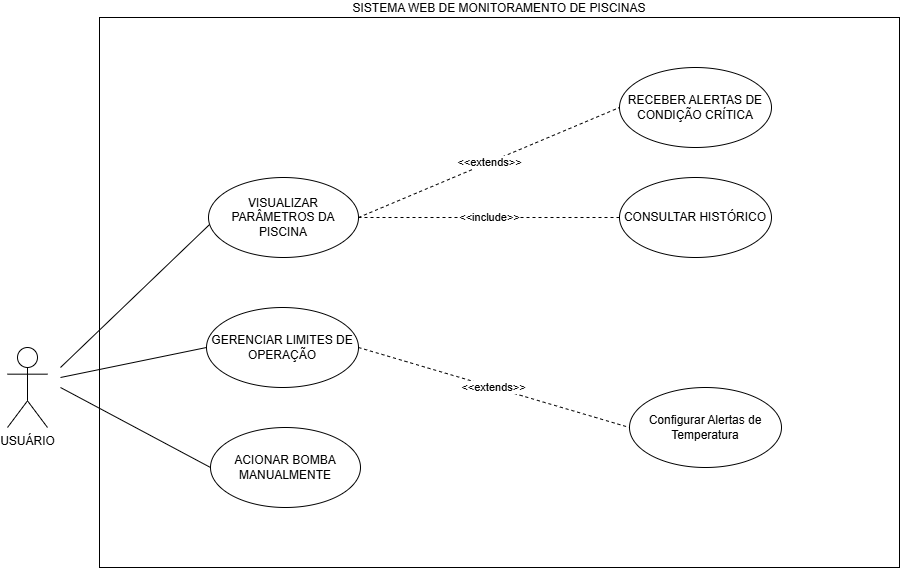
Before: imagens/meuDiagramaTcc.png, a diagram exported from draw.io (dereckbrian/TCC_Automa-o_Piscinas). Source tidied: cells renumbered, new cells last; positions are measured from the earlier drawing's top-left corner, leaving out a move shared by most shapes.
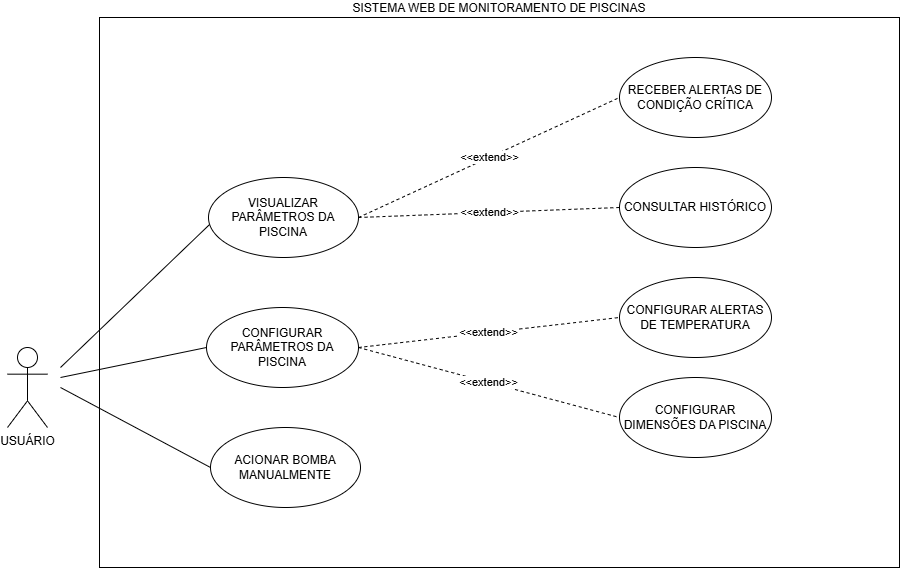
After the change.

Diff of the diagram source:
```diff
@@ -14,7 +14,7 @@
     <mxCell id="5" value="VISUALIZAR PARÂMETROS DA PISCINA" style="ellipse;whiteSpace=wrap;html=1;" parent="1" vertex="1">
       <mxGeometry x="201" y="160" width="150" height="80" as="geometry" />
     </mxCell>
-    <mxCell id="6" value="GERENCIAR LIMITES DE OPERAÇÃO" style="ellipse;whiteSpace=wrap;html=1;" parent="1" vertex="1">
+    <mxCell id="6" value="CONFIGURAR PARÂMETROS DA PISCINA" style="ellipse;whiteSpace=wrap;html=1;" parent="1" vertex="1">
       <mxGeometry x="199" y="290" width="152" height="80" as="geometry" />
     </mxCell>
     <mxCell id="7" style="endArrow=none;html=1;rounded=0;entryX=0.007;entryY=0.588;entryDx=0;entryDy=0;entryPerimeter=0;" parent="1" edge="1" target="5">
@@ -32,23 +32,29 @@
         <mxPoint x="53" y="370" as="sourcePoint" />
       </mxGeometry>
     </mxCell>
-    <mxCell id="10" value="Configurar Alertas de Temperatura" style="ellipse;whiteSpace=wrap;html=1;" parent="1" vertex="1">
-      <mxGeometry x="622" y="370" width="152" height="80" as="geometry" />
+    <mxCell id="10" value="CONFIGURAR ALERTAS DE TEMPERATURA" style="ellipse;whiteSpace=wrap;html=1;" parent="1" vertex="1">
+      <mxGeometry x="612" y="260" width="152" height="80" as="geometry" />
     </mxCell>
-    <mxCell id="11" value="&amp;lt;&amp;lt;extends&amp;gt;&amp;gt;" style="endArrow=none;html=1;rounded=0;entryX=0;entryY=0.5;entryDx=0;entryDy=0;exitX=1;exitY=0.5;exitDx=0;exitDy=0;dashed=1;" parent="1" edge="1" source="6" target="10">
+    <mxCell id="11" value="&amp;lt;&amp;lt;extend&amp;gt;&amp;gt;" style="endArrow=none;html=1;rounded=0;entryX=0;entryY=0.5;entryDx=0;entryDy=0;exitX=1;exitY=0.5;exitDx=0;exitDy=0;dashed=1;" parent="1" edge="1" source="6" target="10">
       <mxGeometry relative="1" as="geometry" />
     </mxCell>
     <mxCell id="12" value="RECEBER ALERTAS DE CONDIÇÃO CRÍTICA" style="ellipse;whiteSpace=wrap;html=1;" parent="1" vertex="1">
-      <mxGeometry x="612" y="50" width="152" height="80" as="geometry" />
+      <mxGeometry x="612" y="40" width="152" height="80" as="geometry" />
     </mxCell>
-    <mxCell id="13" value="&amp;lt;&amp;lt;extends&amp;gt;&amp;gt;" style="endArrow=none;html=1;rounded=0;exitX=1;exitY=0.5;exitDx=0;exitDy=0;entryX=0;entryY=0.5;entryDx=0;entryDy=0;dashed=1;" parent="1" edge="1" source="5" target="12">
+    <mxCell id="13" value="&amp;lt;&amp;lt;extend&amp;gt;&amp;gt;" style="endArrow=none;html=1;rounded=0;exitX=1;exitY=0.5;exitDx=0;exitDy=0;entryX=0;entryY=0.5;entryDx=0;entryDy=0;dashed=1;" parent="1" edge="1" source="5" target="12">
       <mxGeometry relative="1" as="geometry" />
     </mxCell>
     <mxCell id="14" value="CONSULTAR HISTÓRICO" style="ellipse;whiteSpace=wrap;html=1;" parent="1" vertex="1">
-      <mxGeometry x="612" y="160" width="152" height="80" as="geometry" />
+      <mxGeometry x="612" y="150" width="152" height="80" as="geometry" />
     </mxCell>
-    <mxCell id="15" value="&amp;lt;&amp;lt;include&amp;gt;&amp;gt;" style="endArrow=none;html=1;rounded=0;exitX=1;exitY=0.5;exitDx=0;exitDy=0;entryX=0;entryY=0.5;entryDx=0;entryDy=0;dashed=1;" parent="1" edge="1" source="5" target="14">
+    <mxCell id="15" value="&amp;lt;&amp;lt;extend&amp;gt;&amp;gt;" style="endArrow=none;html=1;rounded=0;exitX=1;exitY=0.5;exitDx=0;exitDy=0;entryX=0;entryY=0.5;entryDx=0;entryDy=0;dashed=1;" parent="1" edge="1" source="5" target="14">
       <mxGeometry relative="1" as="geometry" />
     </mxCell>
+    <mxCell id="16" value="CONFIGURAR DIMENSÕES DA PISCINA" style="ellipse;whiteSpace=wrap;html=1;" parent="1" vertex="1">
+      <mxGeometry x="612" y="360" width="152" height="80" as="geometry" />
+    </mxCell>
+    <mxCell id="17" value="&amp;lt;&amp;lt;extend&amp;gt;&amp;gt;" style="endArrow=none;html=1;rounded=0;entryX=0;entryY=0.5;entryDx=0;entryDy=0;exitX=1;exitY=0.5;exitDx=0;exitDy=0;dashed=1;" parent="1" edge="1" source="6" target="16">
+      <mxGeometry relative="1" as="geometry" />
+    </mxCell>
   </root>
 </mxGraphModel>
```
